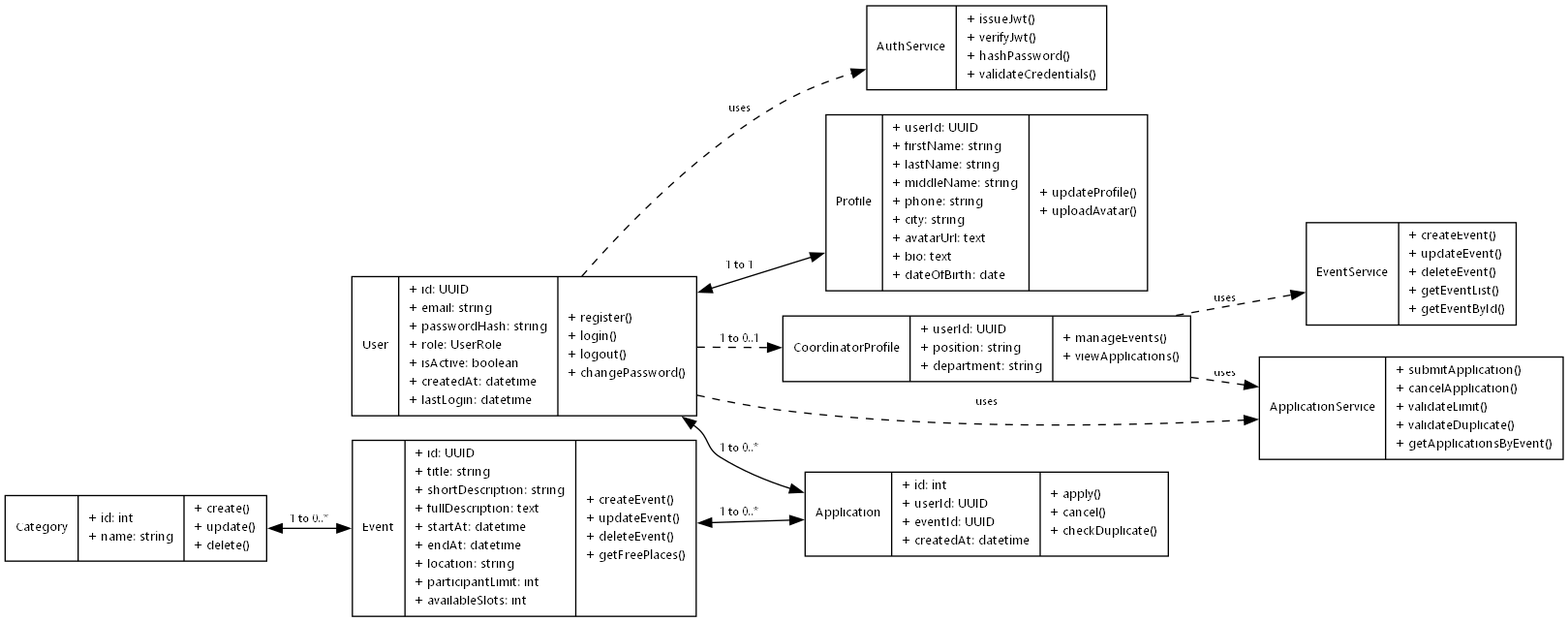
Earlier version of the Graphviz export volunteerWebDocs/Diagrams/UML/class.png (BronyLong/volunteer-web). Its source is kept beside it as volunteerWebDocs/Diagrams/UML/class.dot.
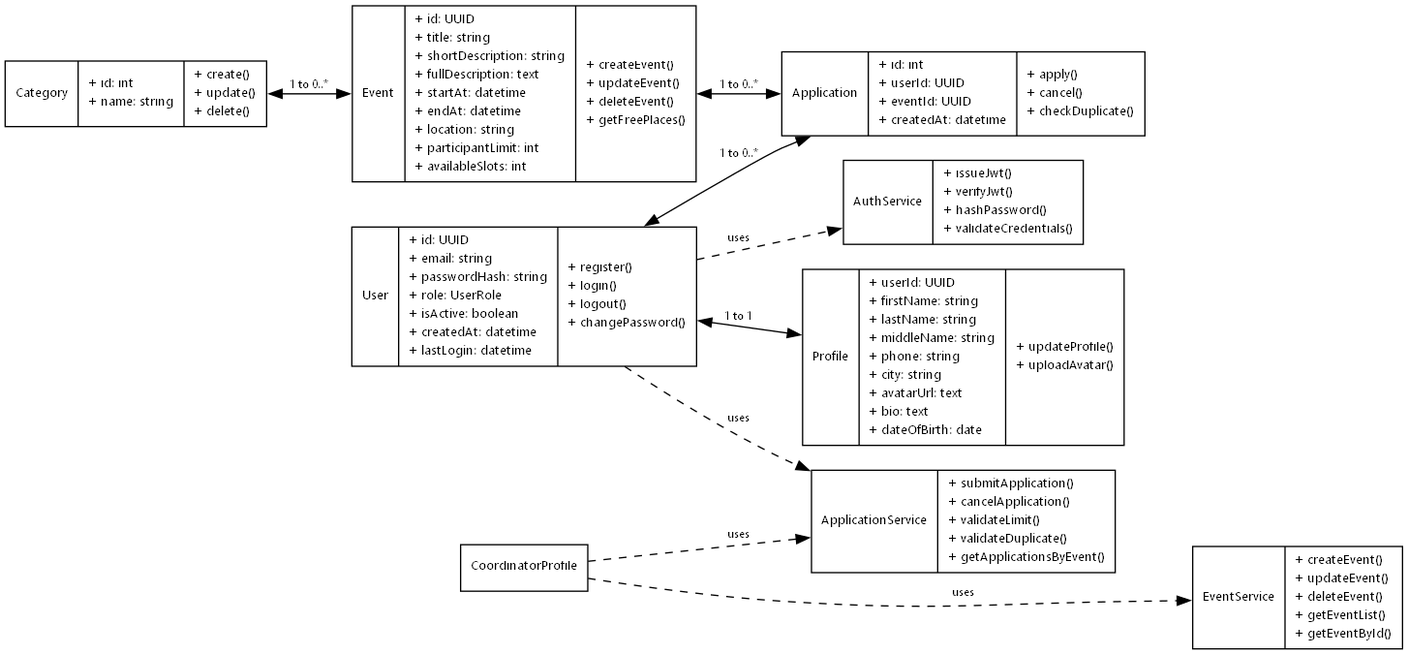
The same file after the commit.

Change to the diagram source:
```diff
@@ -30,14 +30,6 @@
 + dateOfBirth: date\l|
 + updateProfile()\l
 + uploadAvatar()\l
-}"];
-
-    CoordinatorProfile [label="{CoordinatorProfile|
-+ userId: UUID\l
-+ position: string\l
-+ department: string\l|
-+ manageEvents()\l
-+ viewApplications()\l
 }"];
 
     Category [label="{Category|
@@ -98,7 +90,6 @@
 }"];
 
     User -> Profile [label="1 to 1", dir=both];
-    User -> CoordinatorProfile [label="1 to 0..1", style=dashed];
     Category -> Event [label="1 to 0..*", dir=both];
     User -> Application [label="1 to 0..*", dir=both];
     Event -> Application [label="1 to 0..*", dir=both];
```
